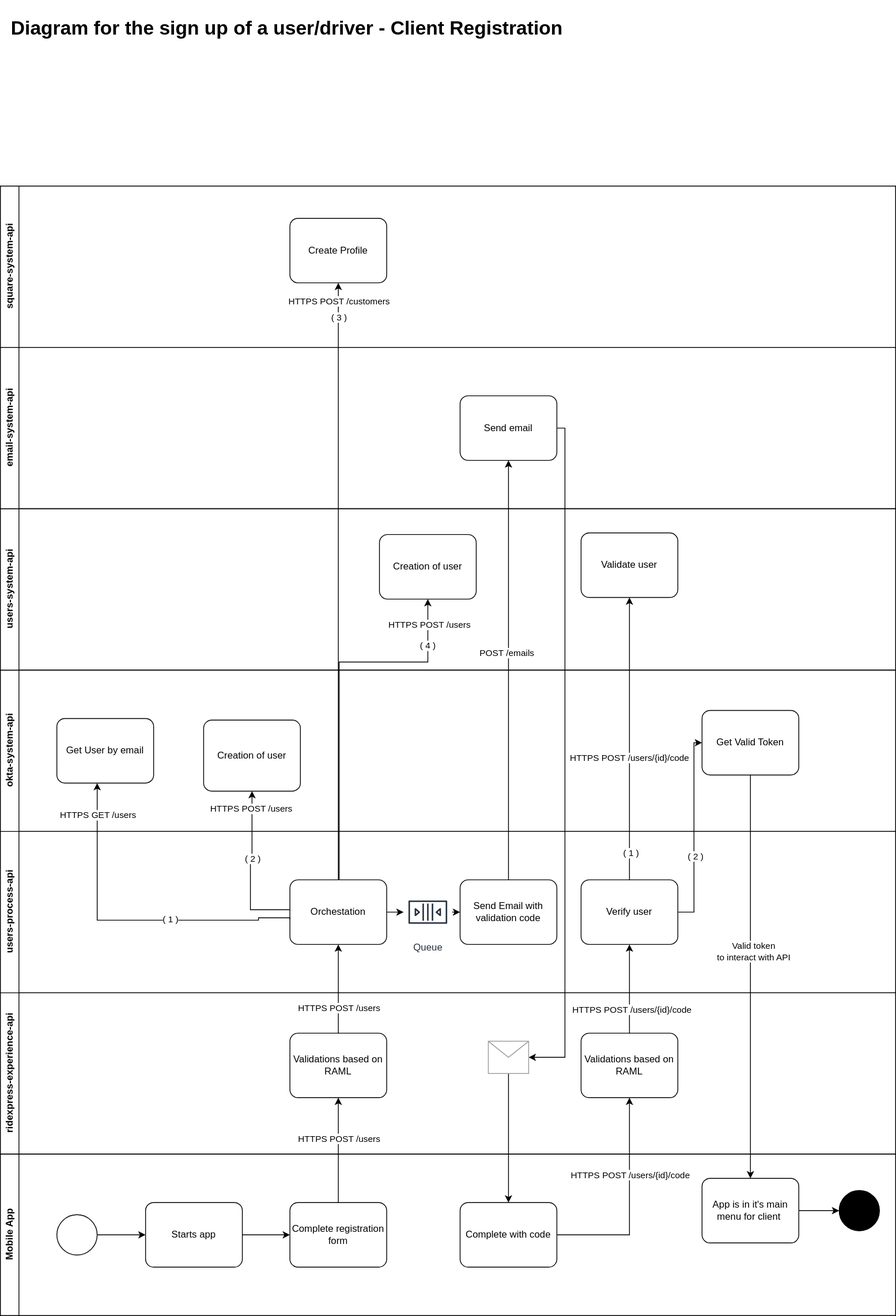
Before: architecture/diagrams/use-cases/sign-up-user-use-case.drawio.svg, a diagram exported from draw.io (RideXpress/docs). Source tidied: cells renumbered, new cells last; positions are measured from the earlier drawing's top-left corner, leaving out a move shared by most shapes.
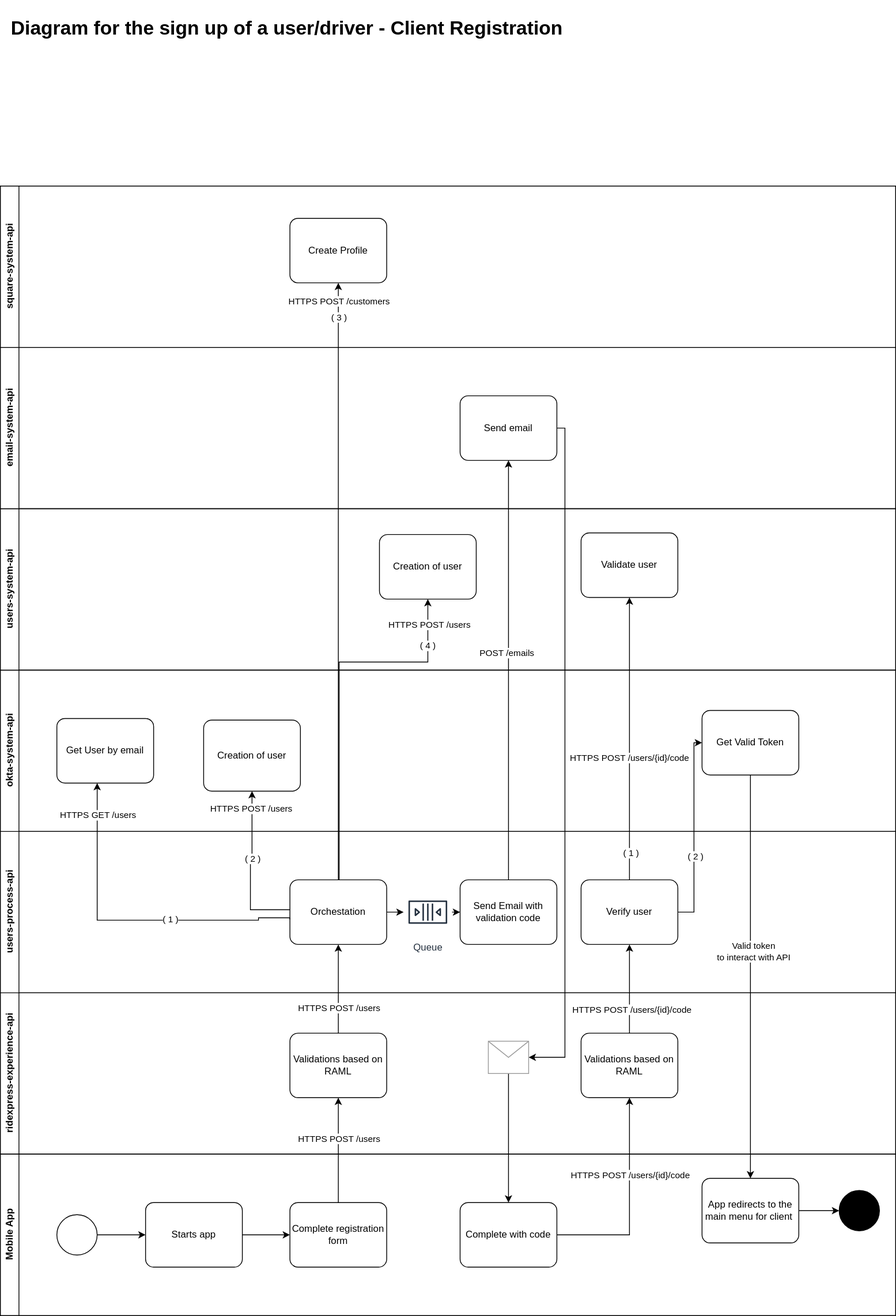
Above is the later version.

What changed in the source:
```diff
@@ -32,7 +32,7 @@
     <mxCell id="11" style="ellipse;whiteSpace=wrap;html=1;fillColor=#000000;" parent="5" vertex="1">
       <mxGeometry x="1040" y="45" width="50" height="50" as="geometry" />
     </mxCell>
-    <mxCell id="12" value="App is in it's main menu for client&amp;nbsp;" style="points=[[0.25,0,0],[0.5,0,0],[0.75,0,0],[1,0.25,0],[1,0.5,0],[1,0.75,0],[0.75,1,0],[0.5,1,0],[0.25,1,0],[0,0.75,0],[0,0.5,0],[0,0.25,0]];shape=mxgraph.bpmn.task;whiteSpace=wrap;rectStyle=rounded;size=10;html=1;taskMarker=abstract;" parent="5" vertex="1">
+    <mxCell id="12" value="App redirects to the main menu for client&amp;nbsp;" style="points=[[0.25,0,0],[0.5,0,0],[0.75,0,0],[1,0.25,0],[1,0.5,0],[1,0.75,0],[0.75,1,0],[0.5,1,0],[0.25,1,0],[0,0.75,0],[0,0.5,0],[0,0.25,0]];shape=mxgraph.bpmn.task;whiteSpace=wrap;rectStyle=rounded;size=10;html=1;taskMarker=abstract;" parent="5" vertex="1">
       <mxGeometry x="870" y="30" width="120" height="80" as="geometry" />
     </mxCell>
     <mxCell id="13" style="edgeStyle=orthogonalEdgeStyle;rounded=0;jettySize=auto;html=1;" parent="5" edge="1" source="12" target="11">
```
